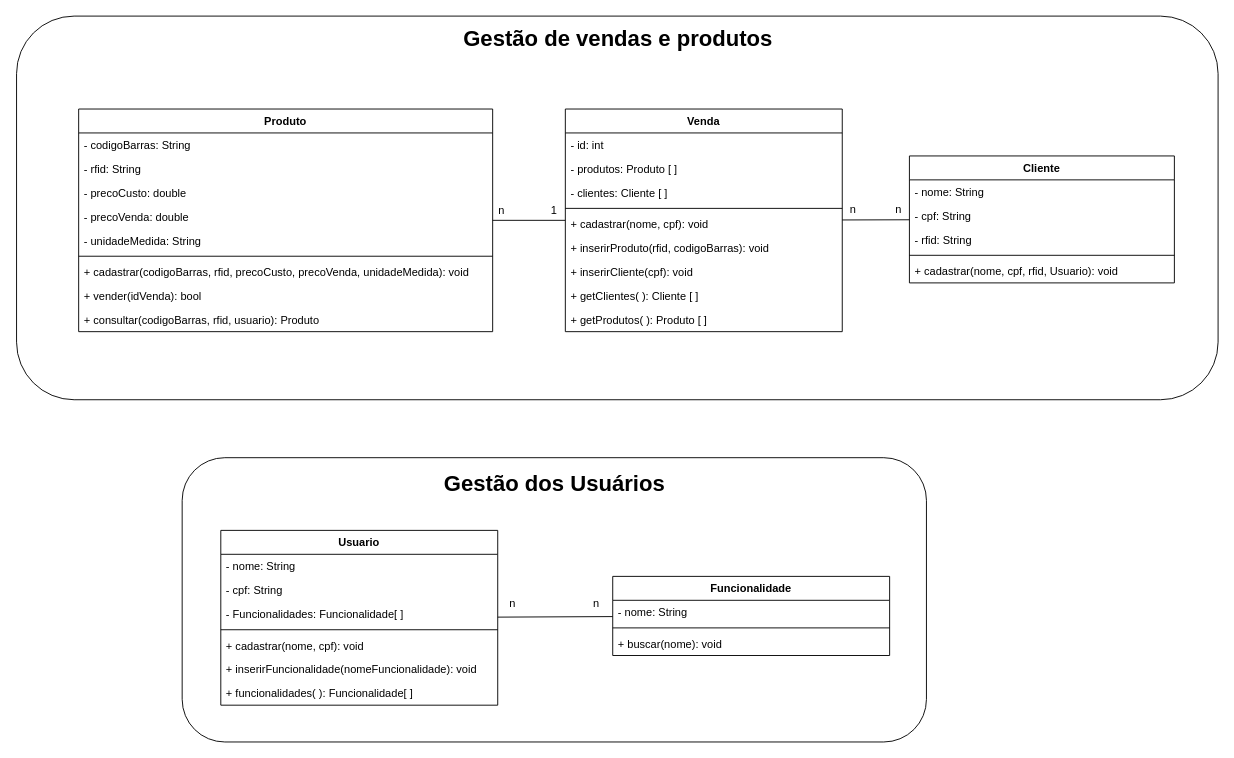
Above: page "Class-Diagram" (1 of 4) of doc/class.drawio in SavioAraujoPagung/les (draw.io), before the change. Source tidied: cells renumbered, new cells numbered last; positions are measured from the earlier drawing's top-left corner, leaving out a move shared by most shapes. Both pictures are drawn from the tidied source at 92%, with x=0, y=0 at pixel (16, 16).
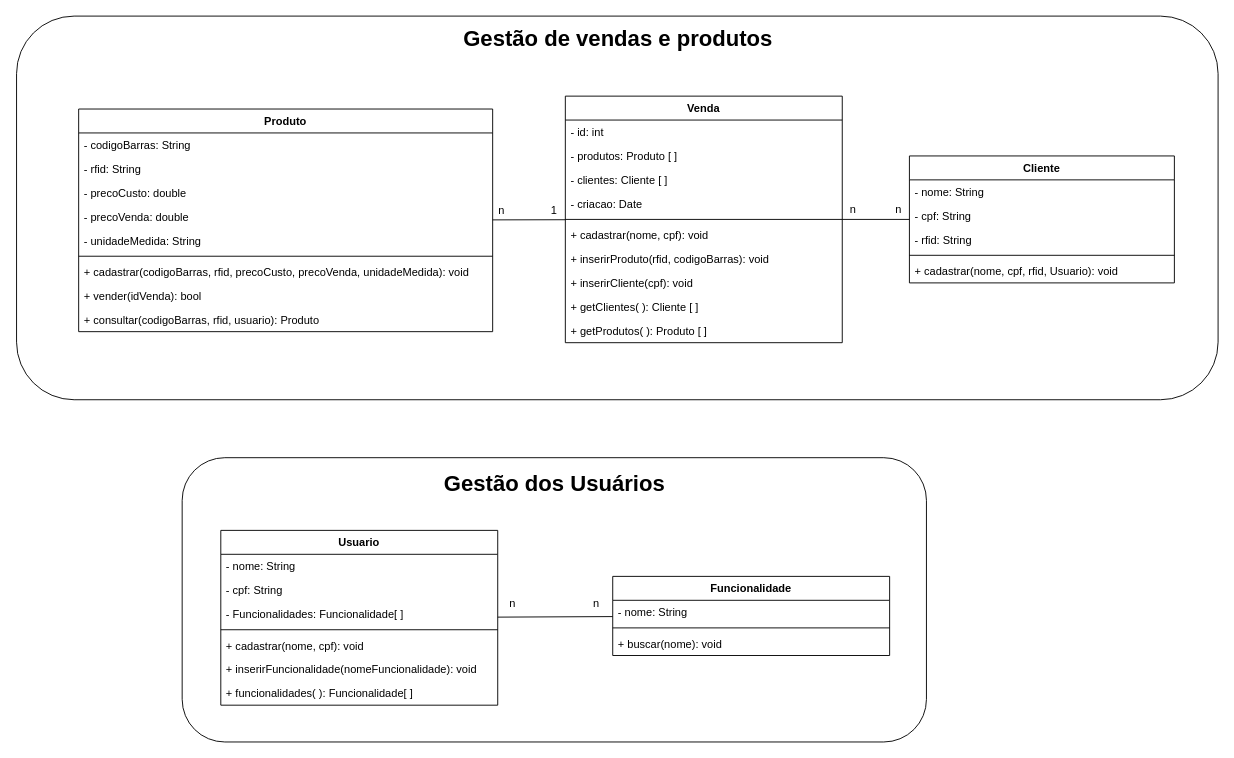
After the change.

Change to the diagram source:
```diff
@@
     <mxCell id="15" value="Venda" style="swimlane;fontStyle=1;align=center;verticalAlign=top;horizontal=1;startSize=26;" parent="1" vertex="1">
-      <mxGeometry x="597" y="101" width="301" height="242" as="geometry" />
+      <mxGeometry x="597" y="87" width="301" height="268" as="geometry" />
     </mxCell>
@@
+    <mxCell id="53" value="- criacao: Date" style="text;strokeColor=none;fillColor=none;align=left;verticalAlign=top;spacingLeft=4;spacingRight=4;overflow=hidden;" parent="15" vertex="1">
+      <mxGeometry y="104" width="301" height="26" as="geometry" />
+    </mxCell>
     <mxCell id="19" style="line;strokeWidth=1;fillColor=none;align=left;verticalAlign=middle;spacingTop=-1;spacingLeft=3;spacingRight=3;labelPosition=right;" parent="15" vertex="1">
-      <mxGeometry y="104" width="301" height="8" as="geometry" />
+      <mxGeometry y="130" width="301" height="8" as="geometry" />
     </mxCell>
     <mxCell id="20" value="+ cadastrar(nome, cpf): void" style="text;strokeColor=none;fillColor=none;align=left;verticalAlign=top;spacingLeft=4;spacingRight=4;overflow=hidden;" parent="15" vertex="1">
-      <mxGeometry y="112" width="301" height="26" as="geometry" />
+      <mxGeometry y="138" width="301" height="26" as="geometry" />
     </mxCell>
     <mxCell id="21" value="+ inserirProduto(rfid, codigoBarras): void" style="text;strokeColor=none;fillColor=none;align=left;verticalAlign=top;spacingLeft=4;spacingRight=4;overflow=hidden;" parent="15" vertex="1">
-      <mxGeometry y="138" width="301" height="26" as="geometry" />
+      <mxGeometry y="164" width="301" height="26" as="geometry" />
     </mxCell>
     <mxCell id="22" value="+ inserirCliente(cpf): void" style="text;strokeColor=none;fillColor=none;align=left;verticalAlign=top;spacingLeft=4;spacingRight=4;overflow=hidden;" parent="15" vertex="1">
-      <mxGeometry y="164" width="301" height="26" as="geometry" />
+      <mxGeometry y="190" width="301" height="26" as="geometry" />
     </mxCell>
     <mxCell id="23" value="+ getClientes( ): Cliente [ ]" style="text;strokeColor=none;fillColor=none;align=left;verticalAlign=top;spacingLeft=4;spacingRight=4;overflow=hidden;" parent="15" vertex="1">
-      <mxGeometry y="190" width="301" height="26" as="geometry" />
+      <mxGeometry y="216" width="301" height="26" as="geometry" />
     </mxCell>
     <mxCell id="24" value="+ getProdutos( ): Produto [ ]" style="text;strokeColor=none;fillColor=none;align=left;verticalAlign=top;spacingLeft=4;spacingRight=4;overflow=hidden;" parent="15" vertex="1">
-      <mxGeometry y="216" width="301" height="26" as="geometry" />
+      <mxGeometry y="242" width="301" height="26" as="geometry" />
     </mxCell>
```
